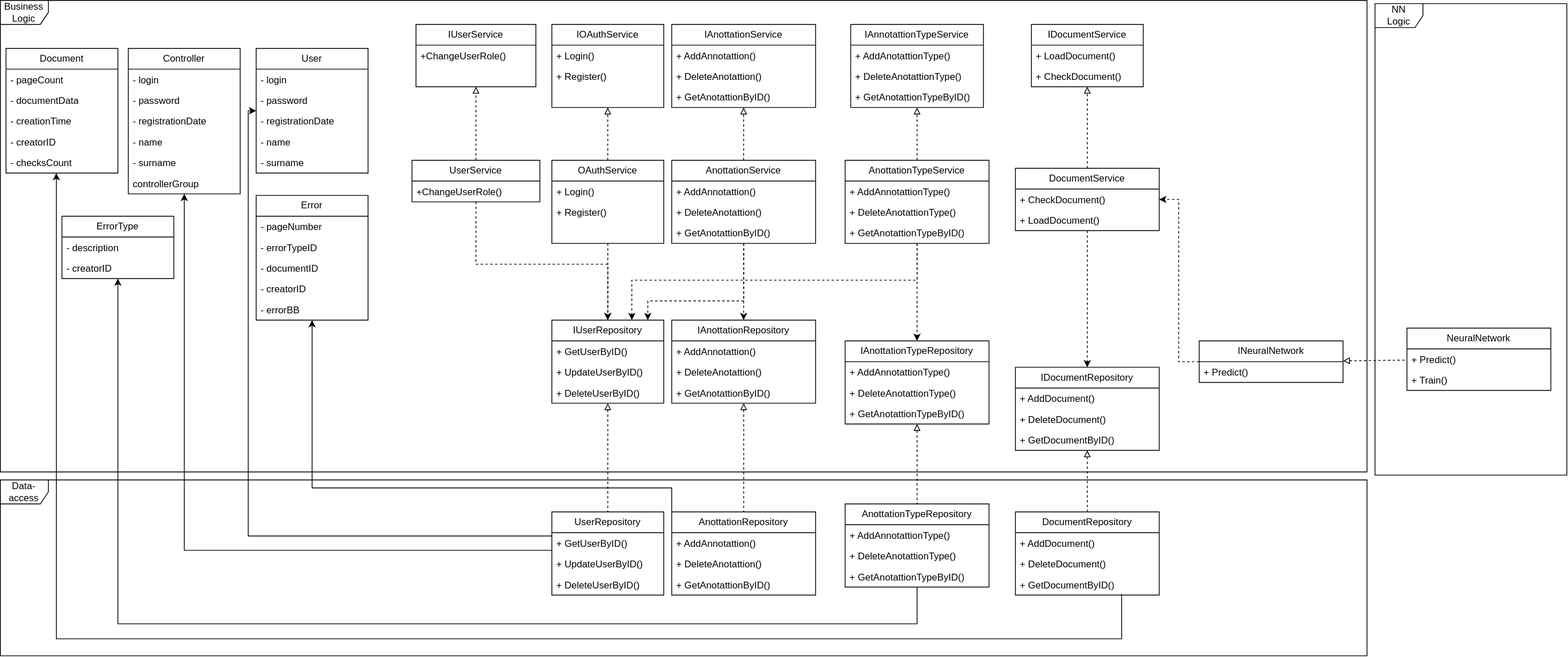
Above: imgs/class_diag.svg in needsomesleeptd/PPO (draw.io), before the change. Source tidied: cells renumbered, new cells last; positions are measured from the earlier drawing's top-left corner, leaving out a move shared by most shapes.
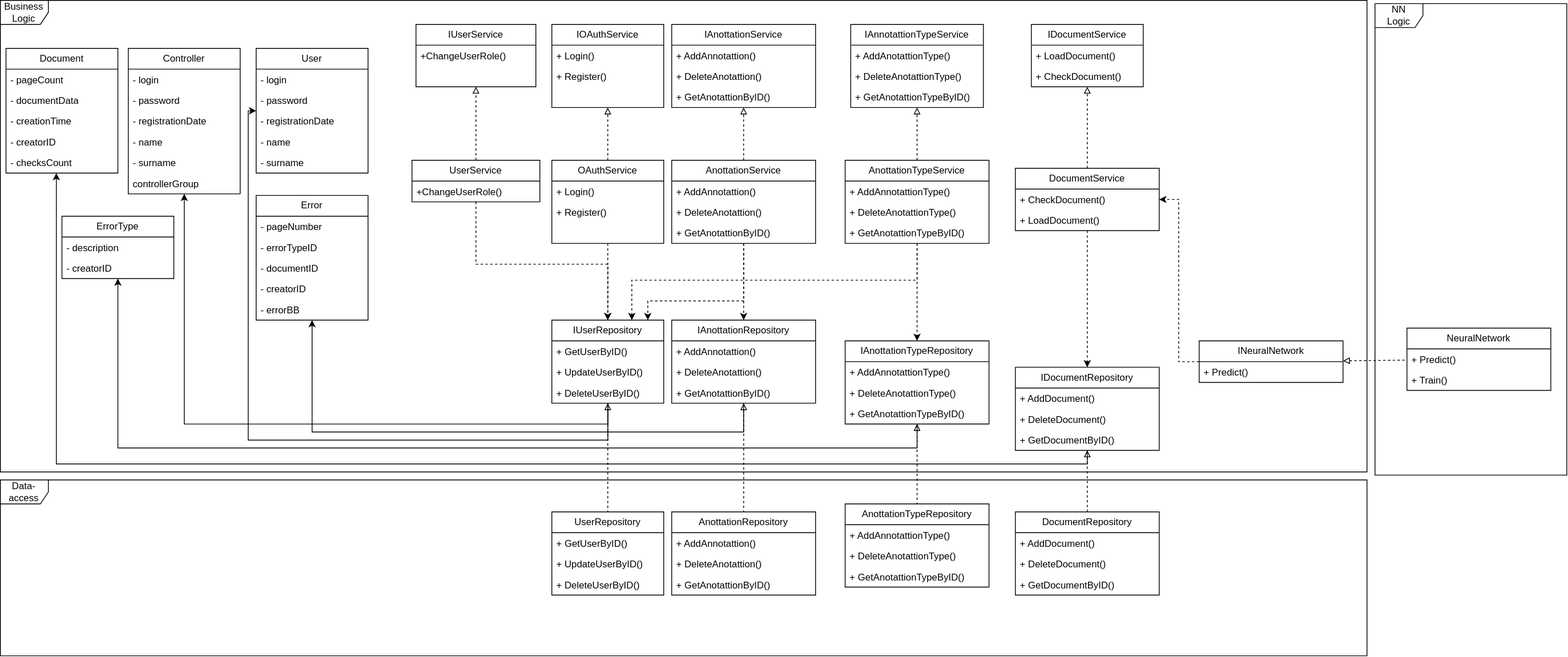
Later version of the same file.

Change to the diagram source:
```diff
@@ -365,41 +365,42 @@
     <mxCell id="119" value="&lt;div&gt;controllerGroup&lt;/div&gt;" style="text;strokeColor=none;fillColor=none;align=left;verticalAlign=top;spacingLeft=4;spacingRight=4;overflow=hidden;whiteSpace=wrap;html=1;" parent="113" vertex="1">
       <mxGeometry y="156" width="140" height="26" as="geometry" />
     </mxCell>
-    <mxCell id="120" style="endArrow=classic;html=1;rounded=0;edgeStyle=elbowEdgeStyle;exitX=0;exitY=0;exitDx=0;exitDy=0;elbow=vertical;" parent="1" edge="1" source="68" target="94">
+    <mxCell id="120" style="endArrow=classic;html=1;rounded=0;edgeStyle=elbowEdgeStyle;elbow=vertical;" parent="1" edge="1" source="35" target="94">
       <mxGeometry relative="1" as="geometry">
         <Array as="points">
-          <mxPoint x="600" y="610" />
+          <mxPoint x="660" y="540" />
         </Array>
       </mxGeometry>
     </mxCell>
-    <mxCell id="121" style="endArrow=classic;html=1;rounded=0;edgeStyle=orthogonalEdgeStyle;" parent="1" edge="1" source="64" target="113">
+    <mxCell id="121" style="endArrow=classic;html=1;rounded=0;edgeStyle=orthogonalEdgeStyle;" parent="1" edge="1" source="22" target="113">
       <mxGeometry relative="1" as="geometry">
         <Array as="points">
-          <mxPoint x="230" y="688" />
+          <mxPoint x="760" y="530" />
+          <mxPoint x="230" y="530" />
         </Array>
       </mxGeometry>
     </mxCell>
-    <mxCell id="122" style="endArrow=classic;html=1;rounded=0;edgeStyle=orthogonalEdgeStyle;" parent="1" edge="1" source="64" target="85">
+    <mxCell id="122" style="endArrow=classic;html=1;rounded=0;edgeStyle=orthogonalEdgeStyle;" parent="1" edge="1" source="22" target="85">
       <mxGeometry relative="1" as="geometry">
         <Array as="points">
-          <mxPoint x="310" y="670" />
+          <mxPoint x="760" y="550" />
+          <mxPoint x="310" y="550" />
           <mxPoint x="310" y="138" />
         </Array>
       </mxGeometry>
     </mxCell>
-    <mxCell id="123" style="endArrow=classic;html=1;rounded=0;edgeStyle=elbowEdgeStyle;elbow=vertical;" parent="1" edge="1" source="72" target="91">
+    <mxCell id="123" style="endArrow=classic;html=1;rounded=0;edgeStyle=elbowEdgeStyle;elbow=vertical;" parent="1" edge="1" source="36" target="91">
       <mxGeometry relative="1" as="geometry">
         <Array as="points">
-          <mxPoint x="640" y="780" />
+          <mxPoint x="650" y="560" />
         </Array>
       </mxGeometry>
     </mxCell>
-    <mxCell id="124" style="endArrow=classic;html=1;rounded=0;edgeStyle=elbowEdgeStyle;elbow=vertical;entryX=0.143;entryY=1.048;entryDx=0;entryDy=0;entryPerimeter=0;" parent="1" edge="1">
+    <mxCell id="124" style="endArrow=classic;html=1;rounded=0;edgeStyle=elbowEdgeStyle;elbow=vertical;entryX=0.143;entryY=1.048;entryDx=0;entryDy=0;entryPerimeter=0;" parent="1" edge="1" source="56">
       <mxGeometry relative="1" as="geometry">
-        <mxPoint x="1403" y="742.7" as="sourcePoint" />
         <mxPoint x="70" y="216" as="targetPoint" />
         <Array as="points">
-          <mxPoint x="643" y="798.8" />
+          <mxPoint x="710" y="580" />
         </Array>
       </mxGeometry>
     </mxCell>
```
